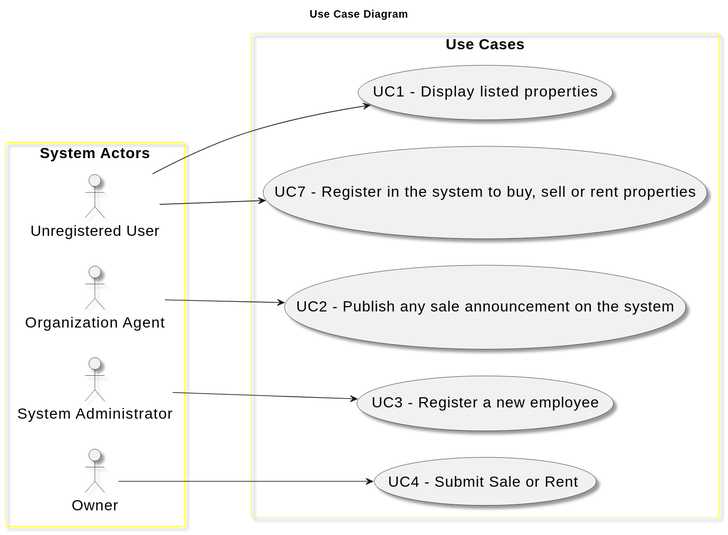
Earlier version of the PlantUML export docs/sprintC/global-artifacts/01.requirements-engineering/svg/use-case-diagram.svg (Goncalves2525/real-estate-management-system).
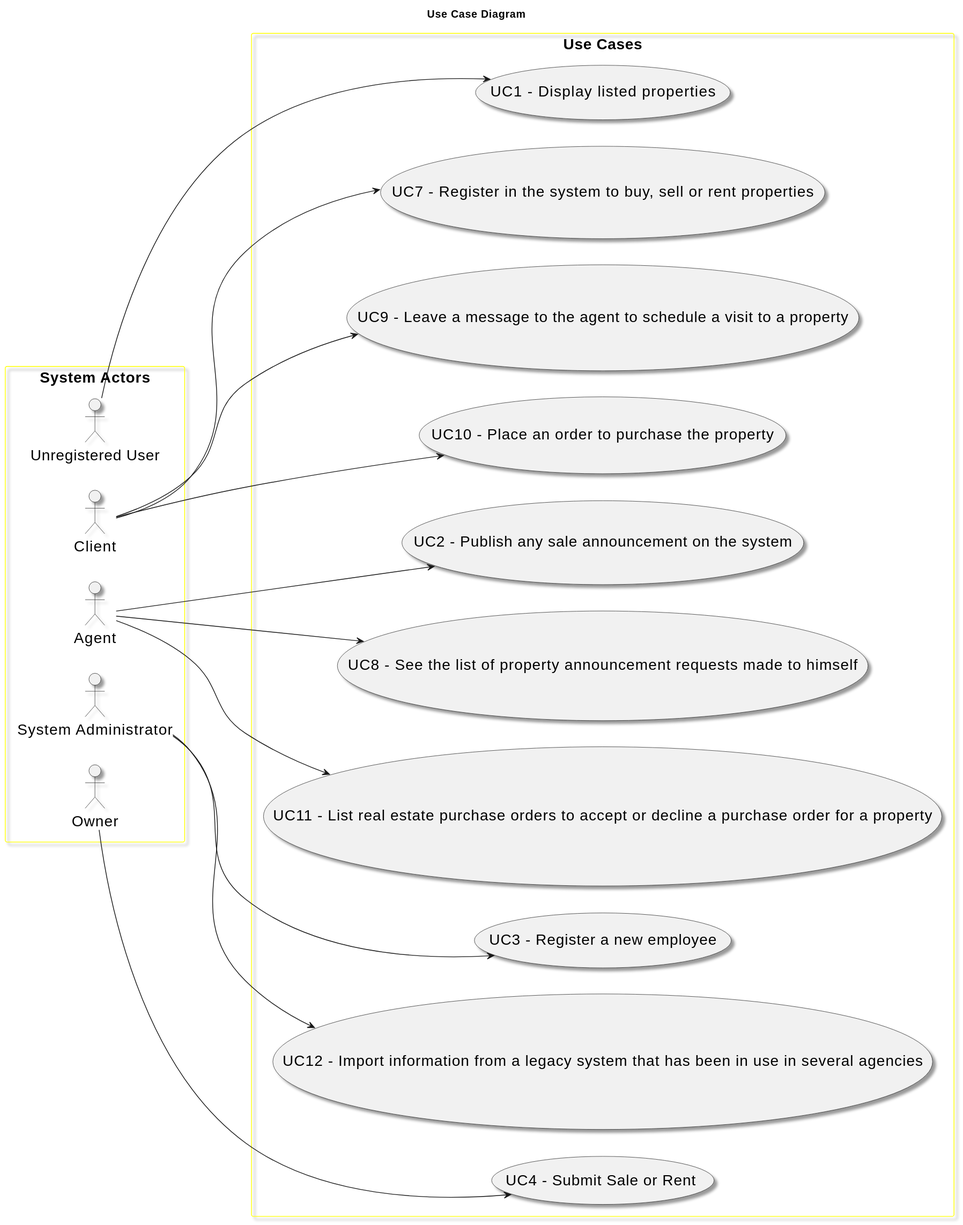
Later version of the same file.

The edit, as a diff of the source:
```diff
@@ -13,7 +13,8 @@
 
 rectangle "System Actors" as actors {
     actor "Unregistered User"
-    actor "Organization Agent"
+    actor "Client"
+    actor "Agent"
     actor "System Administrator"
     actor "Owner"
 }
@@ -23,12 +24,22 @@
     usecase "UC1 - Display listed properties" as UC1
             "Unregistered User" ---> UC1
     usecase "UC2 - Publish any sale announcement on the system" as UC2
-            "Organization Agent" --> UC2
+            "Agent" --> UC2
     usecase "UC3 - Register a new employee" as UC3
             "System Administrator" --> UC3
     usecase "UC4 - Submit Sale or Rent" as UC4
             "Owner" --> UC4
     usecase "UC7 - Register in the system to buy, sell or rent properties" as UC7
-            "Unregistered User" --> UC7
+            "Client" --> UC7
+    usecase "UC8 - See the list of property announcement requests made to himself" as UC8
+            "Agent" --> UC8
+    usecase "UC9 - Leave a message to the agent to schedule a visit to a property" as UC9
+            "Client" --> UC9
+    usecase "UC10 - Place an order to purchase the property" as UC10
+            "Client" --> UC10
+    usecase "UC11 - List real estate purchase orders to accept or decline a purchase order for a property" as UC11
+            "Agent" --> UC11
+    usecase "UC12 - Import information from a legacy system that has been in use in several agencies" as UC12
+            "System Administrator" --> UC12
 }
 @enduml
```
